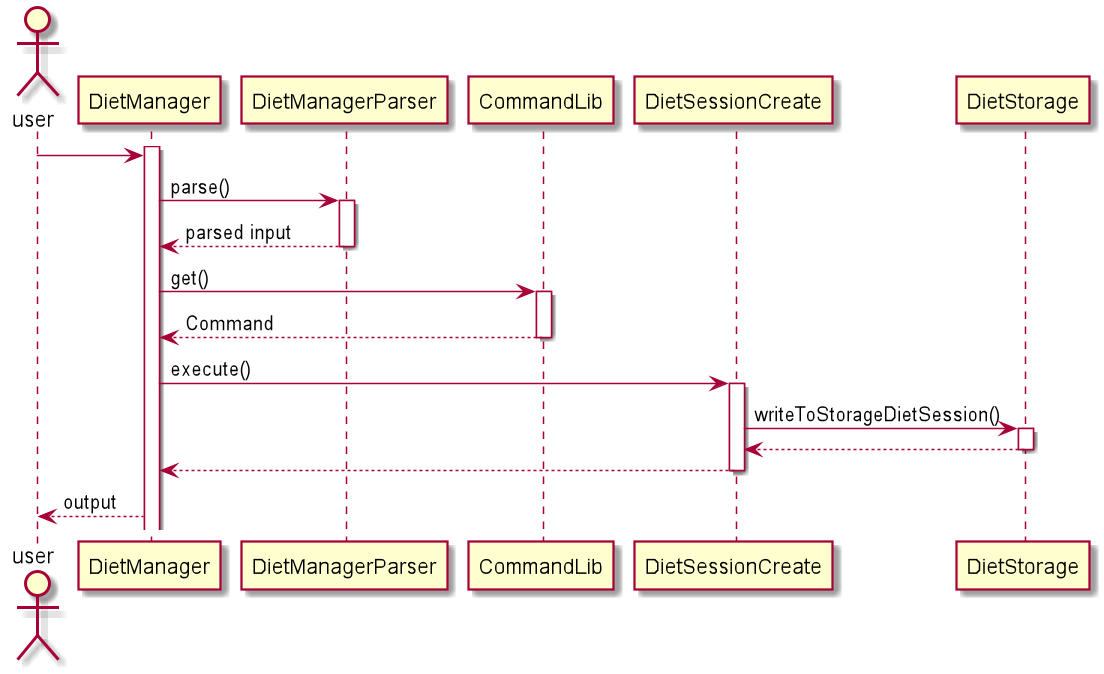
Above: docs/pictures/Zeon/CreateDietSession.png in zsk612/tp (PlantUML), before the change. The source it was exported from:
```plantuml
@startuml
actor user
activate DietManager
user -> DietManager
DietManager -> DietManagerParser : parse()
activate DietManagerParser
DietManagerParser --> DietManager : parsed input
deactivate DietManagerParser

DietManager -> CommandLib : get()
activate CommandLib
CommandLib --> DietManager : Command
deactivate CommandLib

DietManager -> DietSessionCreate : execute()
activate DietSessionCreate

DietSessionCreate -> DietStorage : writeToStorageDietSession()
activate DietStorage
DietStorage --> DietSessionCreate
deactivate DietStorage

DietSessionCreate --> DietManager
deactivate DietSessionCreate

DietManager -->  user : output

@enduml
```
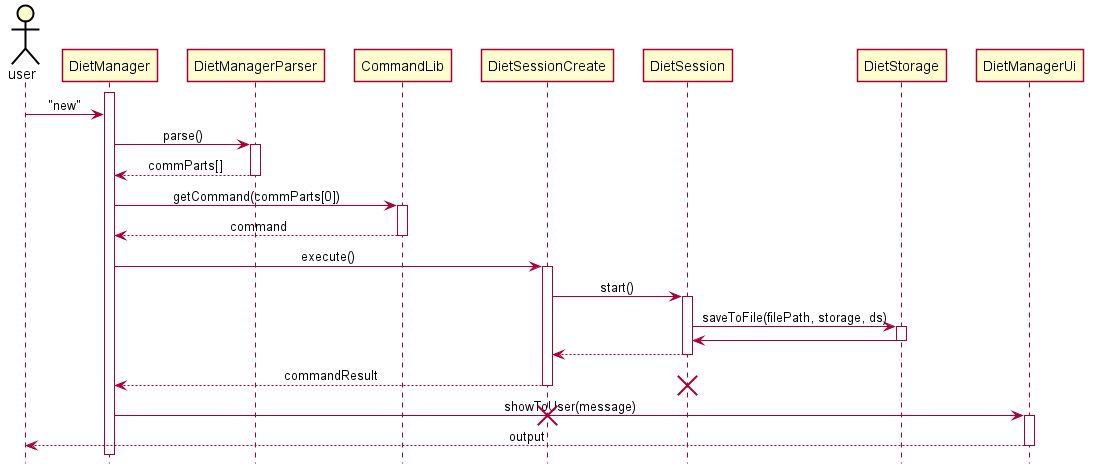
The same file after the commit.

Commit message:
update uml sequence diagram for DG

The edit, as a diff of the source:
```diff
@@ -1,28 +1,76 @@
 @startuml
+
+
+
+
+
+skinparam Class {
+    FontColor #FFFFFF
+    BorderThickness 1
+    BorderColor #FFFFFF
+    StereotypeFontColor #FFFFFF
+    FontName Arial
+}
+
+skinparam Actor {
+    BorderColor #000000
+    Color #000000
+    FontName Arial
+}
+
+skinparam Sequence {
+    MessageAlign center
+    BoxFontSize 13
+    BoxPadding 0
+    BoxFontColor #FFFFFF
+    FontName Arial
+}
+
+skinparam Participant {
+    Padding 20
+}
+
+skinparam MinClassWidth 50
+skinparam ParticipantPadding 10
+skinparam Shadowing false
+skinparam DefaultTextAlignment center
+skinparam packageStyle Rectangle
+skinparam BackgroundColor #FFFFFFF
+
+hide footbox
+hide members
+hide circle
 actor user
 activate DietManager
-user -> DietManager
+user -> DietManager : "new"
 DietManager -> DietManagerParser : parse()
 activate DietManagerParser
-DietManagerParser --> DietManager : parsed input
+DietManagerParser --> DietManager : commParts[]
 deactivate DietManagerParser
 
-DietManager -> CommandLib : get()
+DietManager -> CommandLib : getCommand(commParts[0])
 activate CommandLib
-CommandLib --> DietManager : Command
+CommandLib --> DietManager : command
 deactivate CommandLib
 
 DietManager -> DietSessionCreate : execute()
 activate DietSessionCreate
 
-DietSessionCreate -> DietStorage : writeToStorageDietSession()
+DietSessionCreate -> DietSession : start()
+activate DietSession
+DietSession -> DietStorage : saveToFile(filePath, storage, ds)
 activate DietStorage
-DietStorage --> DietSessionCreate
+DietStorage -> DietSession
 deactivate DietStorage
-
-DietSessionCreate --> DietManager
+DietSession --> DietSessionCreate
+deactivate DietSession
+DietSessionCreate --> DietManager : commandResult
+destroy DietSession
 deactivate DietSessionCreate
-
-DietManager -->  user : output
+DietManager -> DietManagerUi : showToUser(message)
+destroy DietSessionCreate
+activate DietManagerUi
+DietManagerUi --> user : output
+deactivate DietManagerUi
 
 @enduml
```
